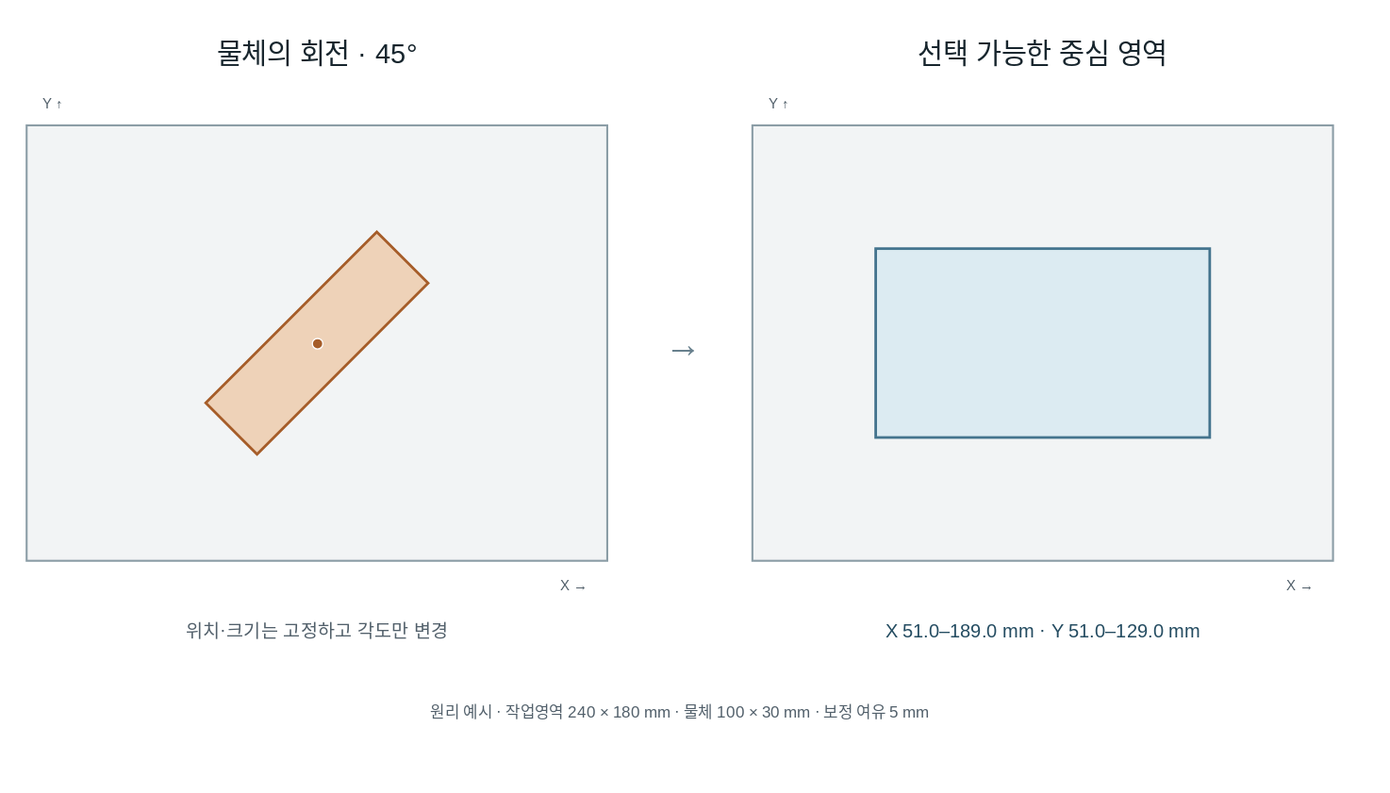
Earlier version of the draw.io export docs/portfolio/workspace-45.drawio.svg (hasemu1211/fr5-lerobot-connector). Source tidied: cells renumbered, new cells last; positions are measured from the earlier drawing's top-left corner, leaving out a move shared by most shapes. Its diagram source:
```xml
<mxGraphModel>
  <root>
    <mxCell id="0" />
    <mxCell id="1" parent="0" />
    <mxCell id="2" value="물체의 회전 · 45°" style="html=1;whiteSpace=wrap;fontFamily=Noto Sans CJK KR;fontSize=14;fontColor=#17252d;spacing=0;text;strokeColor=none;fillColor=none;fontSize=21;fontColor=#17252d;align=center;verticalAlign=middle;" parent="1" vertex="1">
      <mxGeometry width="440" height="40" as="geometry" />
    </mxCell>
    <mxCell id="3" value="선택 가능한 중심 영역" style="html=1;whiteSpace=wrap;fontFamily=Noto Sans CJK KR;fontSize=14;fontColor=#17252d;spacing=0;text;strokeColor=none;fillColor=none;fontSize=21;fontColor=#17252d;align=center;verticalAlign=middle;" parent="1" vertex="1">
      <mxGeometry x="550" width="440" height="40" as="geometry" />
    </mxCell>
    <mxCell id="4" style="html=1;whiteSpace=wrap;fontFamily=Noto Sans CJK KR;fontSize=14;fontColor=#17252d;spacing=0;fillColor=#f2f4f5;strokeColor=#8b9da6;strokeWidth=1.5;align=center;verticalAlign=middle;" parent="1" vertex="1">
      <mxGeometry y="75" width="440" height="330" as="geometry" />
    </mxCell>
    <mxCell id="5" value="X →" style="html=1;whiteSpace=wrap;fontFamily=Noto Sans CJK KR;fontSize=14;fontColor=#17252d;spacing=0;text;strokeColor=none;fillColor=none;fontSize=11;fontColor=#52606b;align=center;verticalAlign=middle;" parent="1" vertex="1">
      <mxGeometry x="390" y="410" width="50" height="25" as="geometry" />
    </mxCell>
    <mxCell id="6" value="Y ↑" style="html=1;whiteSpace=wrap;fontFamily=Noto Sans CJK KR;fontSize=14;fontColor=#17252d;spacing=0;text;strokeColor=none;fillColor=none;fontSize=11;fontColor=#52606b;align=center;verticalAlign=middle;" parent="1" vertex="1">
      <mxGeometry y="45" width="40" height="25" as="geometry" />
    </mxCell>
    <mxCell id="7" style="html=1;whiteSpace=wrap;fontFamily=Noto Sans CJK KR;fontSize=14;fontColor=#17252d;spacing=0;fillColor=#f2f4f5;strokeColor=#8b9da6;strokeWidth=1.5;align=center;verticalAlign=middle;" parent="1" vertex="1">
      <mxGeometry x="550" y="75" width="440" height="330" as="geometry" />
    </mxCell>
    <mxCell id="8" value="X →" style="html=1;whiteSpace=wrap;fontFamily=Noto Sans CJK KR;fontSize=14;fontColor=#17252d;spacing=0;text;strokeColor=none;fillColor=none;fontSize=11;fontColor=#52606b;align=center;verticalAlign=middle;" parent="1" vertex="1">
      <mxGeometry x="940" y="410" width="50" height="25" as="geometry" />
    </mxCell>
    <mxCell id="9" value="Y ↑" style="html=1;whiteSpace=wrap;fontFamily=Noto Sans CJK KR;fontSize=14;fontColor=#17252d;spacing=0;text;strokeColor=none;fillColor=none;fontSize=11;fontColor=#52606b;align=center;verticalAlign=middle;" parent="1" vertex="1">
      <mxGeometry x="550" y="45" width="40" height="25" as="geometry" />
    </mxCell>
    <mxCell id="10" style="html=1;whiteSpace=wrap;fontFamily=Noto Sans CJK KR;fontSize=14;fontColor=#17252d;spacing=0;fillColor=#dcebf2;strokeColor=#44748e;strokeWidth=2;align=center;verticalAlign=middle;" parent="1" vertex="1">
      <mxGeometry x="643.4" y="168.4" width="253.1" height="143.1" as="geometry" />
    </mxCell>
    <mxCell id="11" style="html=1;whiteSpace=wrap;fontFamily=Noto Sans CJK KR;fontSize=14;fontColor=#17252d;spacing=0;fillColor=#eed2b8;strokeColor=#a65d29;strokeWidth=2;rotation=-45;align=center;verticalAlign=middle;" parent="1" vertex="1">
      <mxGeometry x="128.3" y="212.5" width="183.3" height="55" as="geometry" />
    </mxCell>
    <mxCell id="12" style="html=1;whiteSpace=wrap;fontFamily=Noto Sans CJK KR;fontSize=14;fontColor=#17252d;spacing=0;ellipse;fillColor=#a65d29;strokeColor=#fff;strokeWidth=1;align=center;verticalAlign=middle;" parent="1" vertex="1">
      <mxGeometry x="216" y="236" width="8" height="8" as="geometry" />
    </mxCell>
    <mxCell id="13" value="위치·크기는 고정하고 각도만 변경" style="html=1;whiteSpace=wrap;fontFamily=Noto Sans CJK KR;fontSize=14;fontColor=#17252d;spacing=0;text;strokeColor=none;fillColor=none;fontSize=14;fontColor=#52606b;align=center;verticalAlign=middle;" parent="1" vertex="1">
      <mxGeometry y="440" width="440" height="35" as="geometry" />
    </mxCell>
    <mxCell id="14" value="X 51.0–189.0 mm · Y 51.0–129.0 mm" style="html=1;whiteSpace=wrap;fontFamily=Noto Sans CJK KR;fontSize=14;fontColor=#17252d;spacing=0;text;strokeColor=none;fillColor=none;fontSize=14;fontColor=#244c61;align=center;verticalAlign=middle;" parent="1" vertex="1">
      <mxGeometry x="550" y="440" width="440" height="35" as="geometry" />
    </mxCell>
    <mxCell id="15" value="→" style="html=1;whiteSpace=wrap;fontFamily=Noto Sans CJK KR;fontSize=14;fontColor=#17252d;spacing=0;text;strokeColor=none;fillColor=none;fontSize=28;fontColor=#68808d;align=center;verticalAlign=middle;" parent="1" vertex="1">
      <mxGeometry x="460" y="210" width="75" height="60" as="geometry" />
    </mxCell>
    <mxCell id="16" value="원리 예시 · 작업영역 240 × 180 mm · 물체 100 × 30 mm · 보정 여유 5 mm" style="html=1;whiteSpace=wrap;fontFamily=Noto Sans CJK KR;fontSize=14;fontColor=#17252d;spacing=0;text;strokeColor=none;fillColor=none;fontSize=12;fontColor=#52606b;align=center;verticalAlign=middle;" parent="1" vertex="1">
      <mxGeometry y="500" width="990" height="40" as="geometry" />
    </mxCell>
  </root>
</mxGraphModel>
```
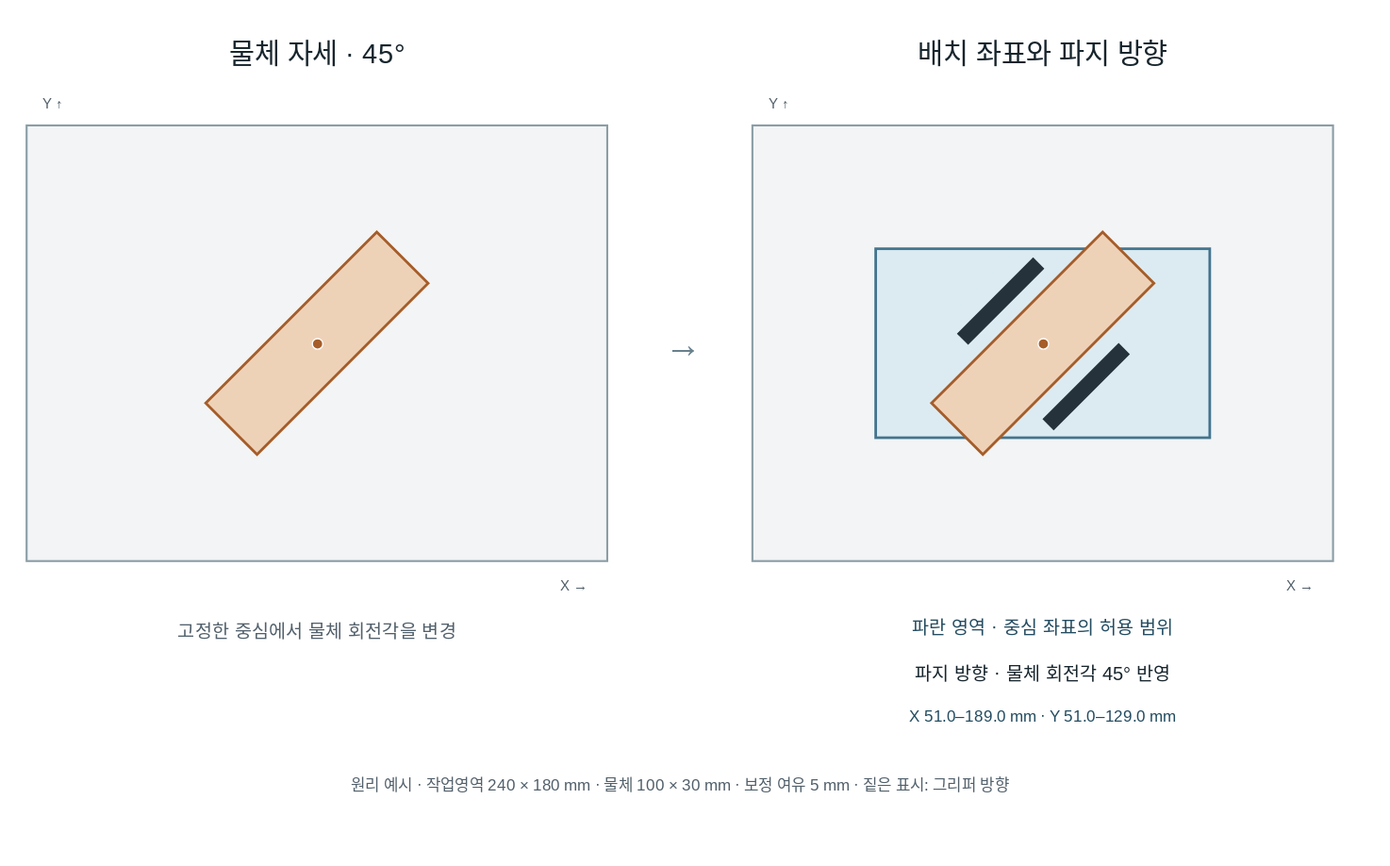
After the change.

Diff of the diagram source:
```diff
@@ -2,10 +2,10 @@
   <root>
     <mxCell id="0" />
     <mxCell id="1" parent="0" />
-    <mxCell id="2" value="물체의 회전 · 45°" style="html=1;whiteSpace=wrap;fontFamily=Noto Sans CJK KR;fontSize=14;fontColor=#17252d;spacing=0;text;strokeColor=none;fillColor=none;fontSize=21;fontColor=#17252d;align=center;verticalAlign=middle;" parent="1" vertex="1">
+    <mxCell id="2" value="물체 자세 · 45°" style="html=1;whiteSpace=wrap;fontFamily=Noto Sans CJK KR;fontSize=14;fontColor=#17252d;spacing=0;text;strokeColor=none;fillColor=none;fontSize=21;fontColor=#17252d;align=center;verticalAlign=middle;" parent="1" vertex="1">
       <mxGeometry width="440" height="40" as="geometry" />
     </mxCell>
-    <mxCell id="3" value="선택 가능한 중심 영역" style="html=1;whiteSpace=wrap;fontFamily=Noto Sans CJK KR;fontSize=14;fontColor=#17252d;spacing=0;text;strokeColor=none;fillColor=none;fontSize=21;fontColor=#17252d;align=center;verticalAlign=middle;" parent="1" vertex="1">
+    <mxCell id="3" value="배치 좌표와 파지 방향" style="html=1;whiteSpace=wrap;fontFamily=Noto Sans CJK KR;fontSize=14;fontColor=#17252d;spacing=0;text;strokeColor=none;fillColor=none;fontSize=21;fontColor=#17252d;align=center;verticalAlign=middle;" parent="1" vertex="1">
       <mxGeometry x="550" width="440" height="40" as="geometry" />
     </mxCell>
     <mxCell id="4" style="html=1;whiteSpace=wrap;fontFamily=Noto Sans CJK KR;fontSize=14;fontColor=#17252d;spacing=0;fillColor=#f2f4f5;strokeColor=#8b9da6;strokeWidth=1.5;align=center;verticalAlign=middle;" parent="1" vertex="1">
@@ -35,17 +35,35 @@
     <mxCell id="12" style="html=1;whiteSpace=wrap;fontFamily=Noto Sans CJK KR;fontSize=14;fontColor=#17252d;spacing=0;ellipse;fillColor=#a65d29;strokeColor=#fff;strokeWidth=1;align=center;verticalAlign=middle;" parent="1" vertex="1">
       <mxGeometry x="216" y="236" width="8" height="8" as="geometry" />
     </mxCell>
+    <mxCell id="17" style="html=1;whiteSpace=wrap;fontFamily=Noto Sans CJK KR;fontSize=14;fontColor=#17252d;spacing=0;fillColor=#eed2b8;strokeColor=#a65d29;strokeWidth=2;rotation=-45;align=center;verticalAlign=middle;" parent="1" vertex="1">
+      <mxGeometry x="678.3" y="212.5" width="183.3" height="55" as="geometry" />
+    </mxCell>
+    <mxCell id="18" style="html=1;whiteSpace=wrap;fontFamily=Noto Sans CJK KR;fontSize=14;fontColor=#17252d;spacing=0;ellipse;fillColor=#a65d29;strokeColor=#fff;strokeWidth=1;align=center;verticalAlign=middle;" parent="1" vertex="1">
+      <mxGeometry x="766" y="236" width="8" height="8" as="geometry" />
+    </mxCell>
+    <mxCell id="19" style="html=1;whiteSpace=wrap;fontFamily=Noto Sans CJK KR;fontSize=14;fontColor=#17252d;spacing=0;fillColor=#26323b;strokeColor=#26323b;rotation=-45;align=center;verticalAlign=middle;" parent="1" vertex="1">
+      <mxGeometry x="762.1" y="266.9" width="80.7" height="11" as="geometry" />
+    </mxCell>
+    <mxCell id="20" style="html=1;whiteSpace=wrap;fontFamily=Noto Sans CJK KR;fontSize=14;fontColor=#17252d;spacing=0;fillColor=#26323b;strokeColor=#26323b;rotation=-45;align=center;verticalAlign=middle;" parent="1" vertex="1">
+      <mxGeometry x="697.3" y="202.1" width="80.7" height="11" as="geometry" />
+    </mxCell>
-    <mxCell id="13" value="위치·크기는 고정하고 각도만 변경" style="html=1;whiteSpace=wrap;fontFamily=Noto Sans CJK KR;fontSize=14;fontColor=#17252d;spacing=0;text;strokeColor=none;fillColor=none;fontSize=14;fontColor=#52606b;align=center;verticalAlign=middle;" parent="1" vertex="1">
+    <mxCell id="13" value="고정한 중심에서 물체 회전각을 변경" style="html=1;whiteSpace=wrap;fontFamily=Noto Sans CJK KR;fontSize=14;fontColor=#17252d;spacing=0;text;strokeColor=none;fillColor=none;fontSize=14;fontColor=#52606b;align=center;verticalAlign=middle;" parent="1" vertex="1">
       <mxGeometry y="440" width="440" height="35" as="geometry" />
     </mxCell>
-    <mxCell id="14" value="X 51.0–189.0 mm · Y 51.0–129.0 mm" style="html=1;whiteSpace=wrap;fontFamily=Noto Sans CJK KR;fontSize=14;fontColor=#17252d;spacing=0;text;strokeColor=none;fillColor=none;fontSize=14;fontColor=#244c61;align=center;verticalAlign=middle;" parent="1" vertex="1">
-      <mxGeometry x="550" y="440" width="440" height="35" as="geometry" />
+    <mxCell id="14" value="파란 영역 · 중심 좌표의 허용 범위" style="html=1;whiteSpace=wrap;fontFamily=Noto Sans CJK KR;fontSize=14;fontColor=#17252d;spacing=0;text;strokeColor=none;fillColor=none;fontSize=14;fontColor=#244c61;align=center;verticalAlign=middle;" parent="1" vertex="1">
+      <mxGeometry x="550" y="440" width="440" height="30" as="geometry" />
     </mxCell>
+    <mxCell id="21" value="파지 방향 · 물체 회전각 45° 반영" style="html=1;whiteSpace=wrap;fontFamily=Noto Sans CJK KR;fontSize=14;fontColor=#17252d;spacing=0;text;strokeColor=none;fillColor=none;fontSize=14;fontColor=#17252d;align=center;verticalAlign=middle;" parent="1" vertex="1">
+      <mxGeometry x="550" y="475" width="440" height="30" as="geometry" />
+    </mxCell>
+    <mxCell id="22" value="X 51.0–189.0 mm · Y 51.0–129.0 mm" style="html=1;whiteSpace=wrap;fontFamily=Noto Sans CJK KR;fontSize=14;fontColor=#17252d;spacing=0;text;strokeColor=none;fillColor=none;fontSize=12;fontColor=#244c61;align=center;verticalAlign=middle;" parent="1" vertex="1">
+      <mxGeometry x="550" y="510" width="440" height="25" as="geometry" />
+    </mxCell>
     <mxCell id="15" value="→" style="html=1;whiteSpace=wrap;fontFamily=Noto Sans CJK KR;fontSize=14;fontColor=#17252d;spacing=0;text;strokeColor=none;fillColor=none;fontSize=28;fontColor=#68808d;align=center;verticalAlign=middle;" parent="1" vertex="1">
       <mxGeometry x="460" y="210" width="75" height="60" as="geometry" />
     </mxCell>
-    <mxCell id="16" value="원리 예시 · 작업영역 240 × 180 mm · 물체 100 × 30 mm · 보정 여유 5 mm" style="html=1;whiteSpace=wrap;fontFamily=Noto Sans CJK KR;fontSize=14;fontColor=#17252d;spacing=0;text;strokeColor=none;fillColor=none;fontSize=12;fontColor=#52606b;align=center;verticalAlign=middle;" parent="1" vertex="1">
-      <mxGeometry y="500" width="990" height="40" as="geometry" />
+    <mxCell id="16" value="원리 예시 · 작업영역 240 × 180 mm · 물체 100 × 30 mm · 보정 여유 5 mm · 짙은 표시: 그리퍼 방향" style="html=1;whiteSpace=wrap;fontFamily=Noto Sans CJK KR;fontSize=14;fontColor=#17252d;spacing=0;text;strokeColor=none;fillColor=none;fontSize=12;fontColor=#52606b;align=center;verticalAlign=middle;" parent="1" vertex="1">
+      <mxGeometry y="555" width="990" height="40" as="geometry" />
     </mxCell>
   </root>
 </mxGraphModel>
```
